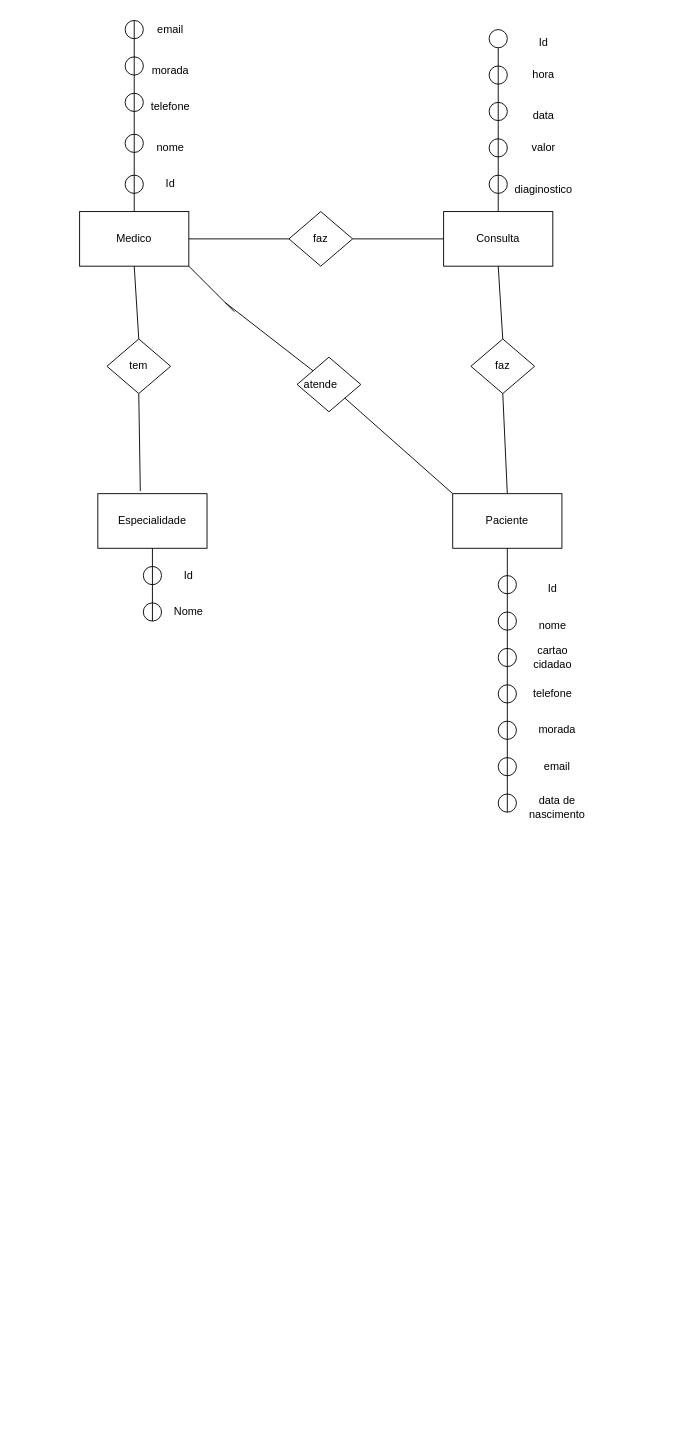
Earlier version of the draw.io diagram BD/Exercicios/Ex01.drawio (MarceloValente1990/Cesae2025). Source tidied: cells renumbered, new cells numbered last; positions are measured from the earlier drawing's top-left corner, leaving out a move shared by most shapes. Both pictures are drawn from the tidied source at 91%, with x=0, y=0 at pixel (79, 15).
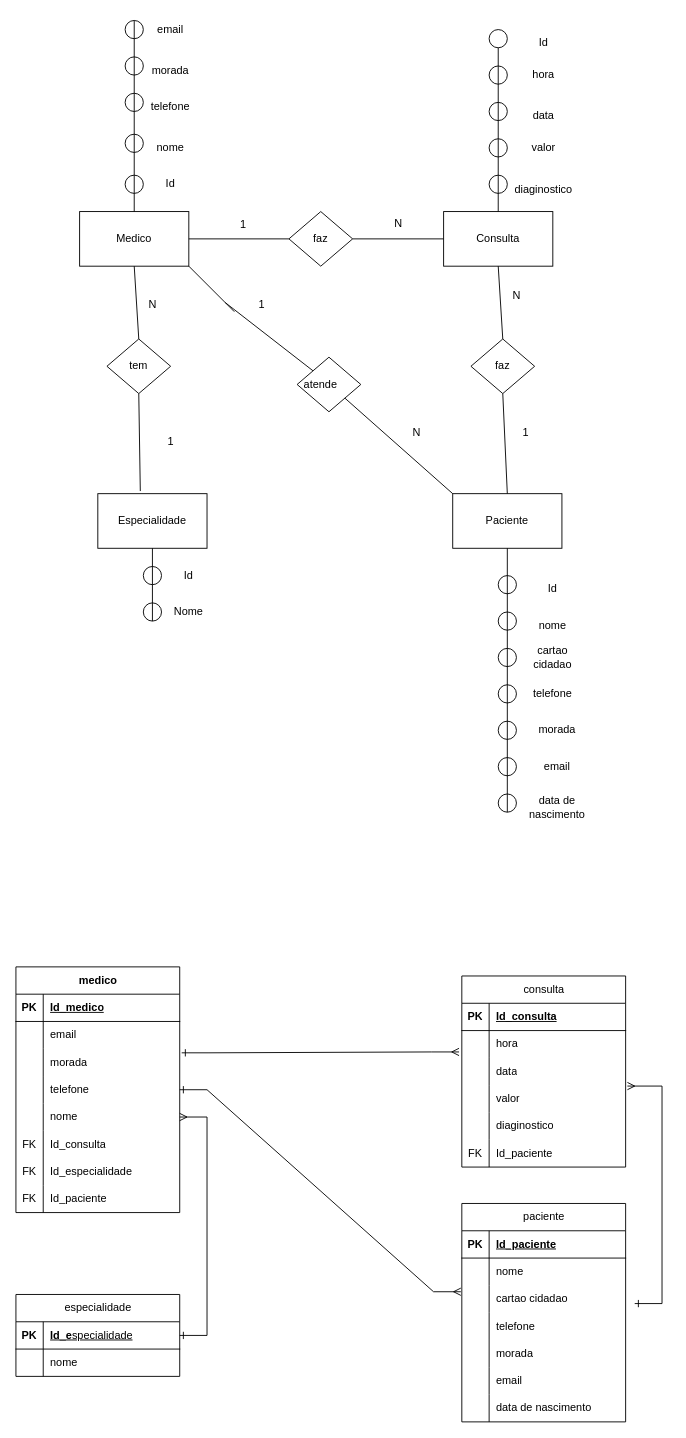
The same page after the edit.

Diff of the diagram source:
```diff
@@
+    <mxCell id="69" value="1" style="text;html=1;align=center;verticalAlign=middle;whiteSpace=wrap;rounded=0;" parent="1" vertex="1">
+      <mxGeometry x="150" y="215" width="60" height="30" as="geometry" />
+    </mxCell>
+    <mxCell id="70" value="N" style="text;html=1;align=center;verticalAlign=middle;strokeColor=none;fillColor=none;" parent="1" vertex="1">
+      <mxGeometry x="335" y="213" width="30" height="30" as="geometry" />
+    </mxCell>
+    <mxCell id="71" value="N" style="text;html=1;align=center;verticalAlign=middle;strokeColor=none;fillColor=none;" parent="1" vertex="1">
+      <mxGeometry x="465" y="293" width="30" height="30" as="geometry" />
+    </mxCell>
+    <mxCell id="72" value="1" style="text;html=1;align=center;verticalAlign=middle;strokeColor=none;fillColor=none;" parent="1" vertex="1">
+      <mxGeometry x="475" y="443" width="30" height="30" as="geometry" />
+    </mxCell>
+    <mxCell id="73" value="N" style="text;html=1;align=center;verticalAlign=middle;strokeColor=none;fillColor=none;" parent="1" vertex="1">
+      <mxGeometry x="355" y="443" width="30" height="30" as="geometry" />
+    </mxCell>
+    <mxCell id="74" value="1" style="text;html=1;align=center;verticalAlign=middle;strokeColor=none;fillColor=none;" parent="1" vertex="1">
+      <mxGeometry x="185" y="303" width="30" height="30" as="geometry" />
+    </mxCell>
+    <mxCell id="75" value="1" style="text;html=1;align=center;verticalAlign=middle;strokeColor=none;fillColor=none;" parent="1" vertex="1">
+      <mxGeometry x="85" y="453" width="30" height="30" as="geometry" />
+    </mxCell>
+    <mxCell id="76" value="N" style="text;html=1;align=center;verticalAlign=middle;strokeColor=none;fillColor=none;" parent="1" vertex="1">
+      <mxGeometry x="65" y="303" width="30" height="30" as="geometry" />
+    </mxCell>
+    <mxCell id="77" value="medico" style="shape=table;startSize=30;childLayout=tableLayout;rowLines=0;fontStyle=1;align=center;html=1;" parent="1" vertex="1">
+      <mxGeometry x="-70" y="1045" width="180" height="270" as="geometry" />
+    </mxCell>
+    <mxCell id="78" style="shape=tableRow;horizontal=0;startSize=0;swimlaneHead=0;swimlaneBody=0;fillColor=none;top=0;left=0;right=0;bottom=1;" parent="77" vertex="1">
+      <mxGeometry y="30" width="180" height="30" as="geometry" />
+    </mxCell>
+    <mxCell id="79" value="PK" style="shape=partialRectangle;fillColor=none;top=0;left=0;bottom=0;right=0;fontStyle=1;overflow=hidden;whiteSpace=wrap;html=1;" parent="78" vertex="1">
+      <mxGeometry width="30" height="30" as="geometry" />
+    </mxCell>
+    <mxCell id="80" value="Id_medico" style="shape=partialRectangle;fillColor=none;top=0;left=0;bottom=0;right=0;align=left;spacingLeft=6;fontStyle=5;overflow=hidden;whiteSpace=wrap;html=1;" parent="78" vertex="1">
+      <mxGeometry x="30" width="150" height="30" as="geometry" />
+    </mxCell>
+    <mxCell id="81" style="shape=tableRow;horizontal=0;startSize=0;swimlaneHead=0;swimlaneBody=0;fillColor=none;points=[[0,0.5],[1,0.5]];portConstraint=eastwest;top=0;left=0;right=0;bottom=0;" parent="77" vertex="1">
+      <mxGeometry y="60" width="180" height="30" as="geometry" />
+    </mxCell>
+    <mxCell id="82" style="shape=partialRectangle;fillColor=none;top=0;left=0;bottom=0;right=0;overflow=hidden;whiteSpace=wrap;html=1;" parent="81" vertex="1">
+      <mxGeometry width="30" height="30" as="geometry" />
+    </mxCell>
+    <mxCell id="83" value="&lt;span style=&quot;text-align: center;&quot;&gt;email&lt;/span&gt;" style="shape=partialRectangle;fillColor=none;top=0;left=0;bottom=0;right=0;align=left;spacingLeft=6;overflow=hidden;whiteSpace=wrap;html=1;" parent="81" vertex="1">
+      <mxGeometry x="30" width="150" height="30" as="geometry" />
+    </mxCell>
+    <mxCell id="84" style="shape=tableRow;horizontal=0;startSize=0;swimlaneHead=0;swimlaneBody=0;fillColor=none;top=0;left=0;right=0;bottom=0;" parent="77" vertex="1">
+      <mxGeometry y="90" width="180" height="30" as="geometry" />
+    </mxCell>
+    <mxCell id="85" style="shape=partialRectangle;fillColor=none;top=0;left=0;bottom=0;right=0;overflow=hidden;whiteSpace=wrap;html=1;" parent="84" vertex="1">
+      <mxGeometry width="30" height="30" as="geometry" />
+    </mxCell>
+    <mxCell id="86" value="&lt;span style=&quot;text-align: center;&quot;&gt;morada&lt;/span&gt;" style="shape=partialRectangle;fillColor=none;top=0;left=0;bottom=0;right=0;align=left;spacingLeft=6;overflow=hidden;whiteSpace=wrap;html=1;" parent="84" vertex="1">
+      <mxGeometry x="30" width="150" height="30" as="geometry" />
+    </mxCell>
+    <mxCell id="87" style="shape=tableRow;horizontal=0;startSize=0;swimlaneHead=0;swimlaneBody=0;fillColor=none;points=[[0,0.5],[1,0.5]];portConstraint=eastwest;top=0;left=0;right=0;bottom=0;" parent="77" vertex="1">
+      <mxGeometry y="120" width="180" height="30" as="geometry" />
+    </mxCell>
+    <mxCell id="88" style="shape=partialRectangle;fillColor=none;top=0;left=0;bottom=0;right=0;overflow=hidden;whiteSpace=wrap;html=1;" parent="87" vertex="1">
+      <mxGeometry width="30" height="30" as="geometry" />
+    </mxCell>
+    <mxCell id="89" value="&lt;span style=&quot;text-align: center;&quot;&gt;telefone&lt;/span&gt;" style="shape=partialRectangle;fillColor=none;top=0;left=0;bottom=0;right=0;align=left;spacingLeft=6;overflow=hidden;whiteSpace=wrap;html=1;" parent="87" vertex="1">
+      <mxGeometry x="30" width="150" height="30" as="geometry" />
+    </mxCell>
+    <mxCell id="90" style="shape=tableRow;horizontal=0;startSize=0;swimlaneHead=0;swimlaneBody=0;fillColor=none;points=[[0,0.5],[1,0.5]];portConstraint=eastwest;top=0;left=0;right=0;bottom=0;" parent="77" vertex="1">
+      <mxGeometry y="150" width="180" height="30" as="geometry" />
+    </mxCell>
+    <mxCell id="91" style="shape=partialRectangle;fillColor=none;top=0;left=0;bottom=0;right=0;overflow=hidden;whiteSpace=wrap;html=1;" parent="90" vertex="1">
+      <mxGeometry width="30" height="30" as="geometry" />
+    </mxCell>
+    <mxCell id="92" value="&lt;span style=&quot;text-align: center;&quot;&gt;nome&lt;/span&gt;" style="shape=partialRectangle;fillColor=none;top=0;left=0;bottom=0;right=0;align=left;spacingLeft=6;overflow=hidden;whiteSpace=wrap;html=1;" parent="90" vertex="1">
+      <mxGeometry x="30" width="150" height="30" as="geometry" />
+    </mxCell>
+    <mxCell id="93" style="shape=tableRow;horizontal=0;startSize=0;swimlaneHead=0;swimlaneBody=0;fillColor=none;top=0;left=0;right=0;bottom=0;" parent="77" vertex="1">
+      <mxGeometry y="180" width="180" height="30" as="geometry" />
+    </mxCell>
+    <mxCell id="94" value="FK" style="shape=partialRectangle;fillColor=none;top=0;left=0;bottom=0;right=0;overflow=hidden;whiteSpace=wrap;html=1;" parent="93" vertex="1">
+      <mxGeometry width="30" height="30" as="geometry" />
+    </mxCell>
+    <mxCell id="95" value="Id_consulta" style="shape=partialRectangle;fillColor=none;top=0;left=0;bottom=0;right=0;align=left;spacingLeft=6;overflow=hidden;whiteSpace=wrap;html=1;" parent="93" vertex="1">
+      <mxGeometry x="30" width="150" height="30" as="geometry" />
+    </mxCell>
+    <mxCell id="96" style="shape=tableRow;horizontal=0;startSize=0;swimlaneHead=0;swimlaneBody=0;fillColor=none;top=0;left=0;right=0;bottom=0;" parent="77" vertex="1">
+      <mxGeometry y="210" width="180" height="30" as="geometry" />
+    </mxCell>
+    <mxCell id="97" value="FK" style="shape=partialRectangle;fillColor=none;top=0;left=0;bottom=0;right=0;overflow=hidden;whiteSpace=wrap;html=1;" parent="96" vertex="1">
+      <mxGeometry width="30" height="30" as="geometry" />
+    </mxCell>
+    <mxCell id="98" value="Id_especialidade" style="shape=partialRectangle;fillColor=none;top=0;left=0;bottom=0;right=0;align=left;spacingLeft=6;overflow=hidden;whiteSpace=wrap;html=1;" parent="96" vertex="1">
+      <mxGeometry x="30" width="150" height="30" as="geometry" />
+    </mxCell>
+    <mxCell id="99" style="shape=tableRow;horizontal=0;startSize=0;swimlaneHead=0;swimlaneBody=0;fillColor=none;top=0;left=0;right=0;bottom=0;" parent="77" vertex="1">
+      <mxGeometry y="240" width="180" height="30" as="geometry" />
+    </mxCell>
+    <mxCell id="100" value="FK" style="shape=partialRectangle;fillColor=none;top=0;left=0;bottom=0;right=0;overflow=hidden;whiteSpace=wrap;html=1;" parent="99" vertex="1">
+      <mxGeometry width="30" height="30" as="geometry" />
+    </mxCell>
+    <mxCell id="101" value="Id_paciente" style="shape=partialRectangle;fillColor=none;top=0;left=0;bottom=0;right=0;align=left;spacingLeft=6;overflow=hidden;whiteSpace=wrap;html=1;" parent="99" vertex="1">
+      <mxGeometry x="30" width="150" height="30" as="geometry" />
+    </mxCell>
+    <mxCell id="102" value="&lt;span style=&quot;font-weight: 400; text-wrap-mode: wrap;&quot;&gt;consulta&lt;/span&gt;" style="shape=table;startSize=30;childLayout=tableLayout;rowLines=0;fontStyle=1;align=center;html=1;" parent="1" vertex="1">
+      <mxGeometry x="420" y="1055" width="180" height="210" as="geometry" />
+    </mxCell>
+    <mxCell id="103" style="shape=tableRow;horizontal=0;startSize=0;swimlaneHead=0;swimlaneBody=0;fillColor=none;top=0;left=0;right=0;bottom=1;" parent="102" vertex="1">
+      <mxGeometry y="30" width="180" height="30" as="geometry" />
+    </mxCell>
+    <mxCell id="104" value="PK" style="shape=partialRectangle;fillColor=none;top=0;left=0;bottom=0;right=0;fontStyle=1;overflow=hidden;whiteSpace=wrap;html=1;" parent="103" vertex="1">
+      <mxGeometry width="30" height="30" as="geometry" />
+    </mxCell>
+    <mxCell id="105" value="Id_consulta" style="shape=partialRectangle;fillColor=none;top=0;left=0;bottom=0;right=0;align=left;spacingLeft=6;fontStyle=5;overflow=hidden;whiteSpace=wrap;html=1;" parent="103" vertex="1">
+      <mxGeometry x="30" width="150" height="30" as="geometry" />
+    </mxCell>
+    <mxCell id="106" style="shape=tableRow;horizontal=0;startSize=0;swimlaneHead=0;swimlaneBody=0;fillColor=none;points=[[0,0.5],[1,0.5]];portConstraint=eastwest;top=0;left=0;right=0;bottom=0;" parent="102" vertex="1">
+      <mxGeometry y="60" width="180" height="30" as="geometry" />
+    </mxCell>
+    <mxCell id="107" style="shape=partialRectangle;fillColor=none;top=0;left=0;bottom=0;right=0;overflow=hidden;whiteSpace=wrap;html=1;" parent="106" vertex="1">
+      <mxGeometry width="30" height="30" as="geometry" />
+    </mxCell>
+    <mxCell id="108" value="&lt;span style=&quot;text-align: center;&quot;&gt;hora&lt;/span&gt;" style="shape=partialRectangle;fillColor=none;top=0;left=0;bottom=0;right=0;align=left;spacingLeft=6;overflow=hidden;whiteSpace=wrap;html=1;" parent="106" vertex="1">
+      <mxGeometry x="30" width="150" height="30" as="geometry" />
+    </mxCell>
+    <mxCell id="109" style="shape=tableRow;horizontal=0;startSize=0;swimlaneHead=0;swimlaneBody=0;fillColor=none;top=0;left=0;right=0;bottom=0;" parent="102" vertex="1">
+      <mxGeometry y="90" width="180" height="30" as="geometry" />
+    </mxCell>
+    <mxCell id="110" style="shape=partialRectangle;fillColor=none;top=0;left=0;bottom=0;right=0;overflow=hidden;whiteSpace=wrap;html=1;" parent="109" vertex="1">
+      <mxGeometry width="30" height="30" as="geometry" />
+    </mxCell>
+    <mxCell id="111" value="&lt;span style=&quot;text-align: center;&quot;&gt;data&lt;/span&gt;" style="shape=partialRectangle;fillColor=none;top=0;left=0;bottom=0;right=0;align=left;spacingLeft=6;overflow=hidden;whiteSpace=wrap;html=1;" parent="109" vertex="1">
+      <mxGeometry x="30" width="150" height="30" as="geometry" />
+    </mxCell>
+    <mxCell id="112" style="shape=tableRow;horizontal=0;startSize=0;swimlaneHead=0;swimlaneBody=0;fillColor=none;points=[[0,0.5],[1,0.5]];portConstraint=eastwest;top=0;left=0;right=0;bottom=0;" parent="102" vertex="1">
+      <mxGeometry y="120" width="180" height="30" as="geometry" />
+    </mxCell>
+    <mxCell id="113" style="shape=partialRectangle;fillColor=none;top=0;left=0;bottom=0;right=0;overflow=hidden;whiteSpace=wrap;html=1;" parent="112" vertex="1">
+      <mxGeometry width="30" height="30" as="geometry" />
+    </mxCell>
+    <mxCell id="114" value="&lt;span style=&quot;text-align: center;&quot;&gt;valor&lt;/span&gt;" style="shape=partialRectangle;fillColor=none;top=0;left=0;bottom=0;right=0;align=left;spacingLeft=6;overflow=hidden;whiteSpace=wrap;html=1;" parent="112" vertex="1">
+      <mxGeometry x="30" width="150" height="30" as="geometry" />
+    </mxCell>
+    <mxCell id="115" style="shape=tableRow;horizontal=0;startSize=0;swimlaneHead=0;swimlaneBody=0;fillColor=none;top=0;left=0;right=0;bottom=0;" parent="102" vertex="1">
+      <mxGeometry y="150" width="180" height="30" as="geometry" />
+    </mxCell>
+    <mxCell id="116" style="shape=partialRectangle;fillColor=none;top=0;left=0;bottom=0;right=0;overflow=hidden;whiteSpace=wrap;html=1;" parent="115" vertex="1">
+      <mxGeometry width="30" height="30" as="geometry" />
+    </mxCell>
+    <mxCell id="117" value="&lt;span style=&quot;text-align: center;&quot;&gt;diaginostico&lt;/span&gt;" style="shape=partialRectangle;fillColor=none;top=0;left=0;bottom=0;right=0;align=left;spacingLeft=6;overflow=hidden;whiteSpace=wrap;html=1;" parent="115" vertex="1">
+      <mxGeometry x="30" width="150" height="30" as="geometry" />
+    </mxCell>
+    <mxCell id="118" style="shape=tableRow;horizontal=0;startSize=0;swimlaneHead=0;swimlaneBody=0;fillColor=none;top=0;left=0;right=0;bottom=0;" parent="102" vertex="1">
+      <mxGeometry y="180" width="180" height="30" as="geometry" />
+    </mxCell>
+    <mxCell id="119" value="FK" style="shape=partialRectangle;fillColor=none;top=0;left=0;bottom=0;right=0;overflow=hidden;whiteSpace=wrap;html=1;" parent="118" vertex="1">
+      <mxGeometry width="30" height="30" as="geometry" />
+    </mxCell>
+    <mxCell id="120" value="Id_paciente" style="shape=partialRectangle;fillColor=none;top=0;left=0;bottom=0;right=0;align=left;spacingLeft=6;overflow=hidden;whiteSpace=wrap;html=1;" parent="118" vertex="1">
+      <mxGeometry x="30" width="150" height="30" as="geometry" />
+    </mxCell>
+    <mxCell id="121" value="&lt;span style=&quot;font-weight: 400; text-wrap-mode: wrap;&quot;&gt;especialidade&lt;/span&gt;" style="shape=table;startSize=30;childLayout=tableLayout;rowLines=0;fontStyle=1;align=center;html=1;" parent="1" vertex="1">
+      <mxGeometry x="-70" y="1405" width="180" height="90" as="geometry" />
+    </mxCell>
+    <mxCell id="122" style="shape=tableRow;horizontal=0;startSize=0;swimlaneHead=0;swimlaneBody=0;fillColor=none;points=[[0,0.5],[1,0.5]];portConstraint=eastwest;top=0;left=0;right=0;bottom=1;" parent="121" vertex="1">
+      <mxGeometry y="30" width="180" height="30" as="geometry" />
+    </mxCell>
+    <mxCell id="123" value="PK" style="shape=partialRectangle;fillColor=none;top=0;left=0;bottom=0;right=0;fontStyle=1;overflow=hidden;whiteSpace=wrap;html=1;" parent="122" vertex="1">
+      <mxGeometry width="30" height="30" as="geometry" />
+    </mxCell>
+    <mxCell id="124" value="Id_e&lt;span style=&quot;font-weight: 400; text-align: center;&quot;&gt;specialidade&lt;/span&gt;" style="shape=partialRectangle;fillColor=none;top=0;left=0;bottom=0;right=0;align=left;spacingLeft=6;fontStyle=5;overflow=hidden;whiteSpace=wrap;html=1;" parent="122" vertex="1">
+      <mxGeometry x="30" width="150" height="30" as="geometry" />
+    </mxCell>
+    <mxCell id="125" style="shape=tableRow;horizontal=0;startSize=0;swimlaneHead=0;swimlaneBody=0;fillColor=none;top=0;left=0;right=0;bottom=0;" parent="121" vertex="1">
+      <mxGeometry y="60" width="180" height="30" as="geometry" />
+    </mxCell>
+    <mxCell id="126" style="shape=partialRectangle;fillColor=none;top=0;left=0;bottom=0;right=0;overflow=hidden;whiteSpace=wrap;html=1;" parent="125" vertex="1">
+      <mxGeometry width="30" height="30" as="geometry" />
+    </mxCell>
+    <mxCell id="127" value="nome" style="shape=partialRectangle;fillColor=none;top=0;left=0;bottom=0;right=0;align=left;spacingLeft=6;overflow=hidden;whiteSpace=wrap;html=1;" parent="125" vertex="1">
+      <mxGeometry x="30" width="150" height="30" as="geometry" />
+    </mxCell>
+    <mxCell id="128" value="&lt;span style=&quot;font-weight: 400; text-wrap-mode: wrap;&quot;&gt;paciente&lt;/span&gt;" style="shape=table;startSize=30;childLayout=tableLayout;rowLines=0;fontStyle=1;align=center;html=1;" parent="1" vertex="1">
+      <mxGeometry x="420" y="1305" width="180" height="240" as="geometry" />
+    </mxCell>
+    <mxCell id="129" style="shape=tableRow;horizontal=0;startSize=0;swimlaneHead=0;swimlaneBody=0;fillColor=none;top=0;left=0;right=0;bottom=1;" parent="128" vertex="1">
+      <mxGeometry y="30" width="180" height="30" as="geometry" />
+    </mxCell>
+    <mxCell id="130" value="PK" style="shape=partialRectangle;fillColor=none;top=0;left=0;bottom=0;right=0;fontStyle=1;overflow=hidden;whiteSpace=wrap;html=1;" parent="129" vertex="1">
+      <mxGeometry width="30" height="30" as="geometry" />
+    </mxCell>
+    <mxCell id="131" value="Id_paciente" style="shape=partialRectangle;fillColor=none;top=0;left=0;bottom=0;right=0;align=left;spacingLeft=6;fontStyle=5;overflow=hidden;whiteSpace=wrap;html=1;" parent="129" vertex="1">
+      <mxGeometry x="30" width="150" height="30" as="geometry" />
+    </mxCell>
+    <mxCell id="132" style="shape=tableRow;horizontal=0;startSize=0;swimlaneHead=0;swimlaneBody=0;fillColor=none;top=0;left=0;right=0;bottom=0;" parent="128" vertex="1">
+      <mxGeometry y="60" width="180" height="30" as="geometry" />
+    </mxCell>
+    <mxCell id="133" style="shape=partialRectangle;fillColor=none;top=0;left=0;bottom=0;right=0;overflow=hidden;whiteSpace=wrap;html=1;" parent="132" vertex="1">
+      <mxGeometry width="30" height="30" as="geometry" />
+    </mxCell>
+    <mxCell id="134" value="&lt;span style=&quot;text-align: center;&quot;&gt;nome&lt;/span&gt;" style="shape=partialRectangle;fillColor=none;top=0;left=0;bottom=0;right=0;align=left;spacingLeft=6;overflow=hidden;whiteSpace=wrap;html=1;" parent="132" vertex="1">
+      <mxGeometry x="30" width="150" height="30" as="geometry" />
+    </mxCell>
+    <mxCell id="135" style="shape=tableRow;horizontal=0;startSize=0;swimlaneHead=0;swimlaneBody=0;fillColor=none;points=[[0,0.5],[1,0.5]];portConstraint=eastwest;top=0;left=0;right=0;bottom=0;" parent="128" vertex="1">
+      <mxGeometry y="90" width="180" height="30" as="geometry" />
+    </mxCell>
+    <mxCell id="136" style="shape=partialRectangle;fillColor=none;top=0;left=0;bottom=0;right=0;overflow=hidden;whiteSpace=wrap;html=1;" parent="135" vertex="1">
+      <mxGeometry width="30" height="30" as="geometry" />
+    </mxCell>
+    <mxCell id="137" value="&lt;span style=&quot;text-align: center;&quot;&gt;cartao cidadao&lt;/span&gt;" style="shape=partialRectangle;fillColor=none;top=0;left=0;bottom=0;right=0;align=left;spacingLeft=6;overflow=hidden;whiteSpace=wrap;html=1;" parent="135" vertex="1">
+      <mxGeometry x="30" width="150" height="30" as="geometry" />
+    </mxCell>
+    <mxCell id="138" style="shape=tableRow;horizontal=0;startSize=0;swimlaneHead=0;swimlaneBody=0;fillColor=none;top=0;left=0;right=0;bottom=0;" parent="128" vertex="1">
+      <mxGeometry y="120" width="180" height="30" as="geometry" />
+    </mxCell>
+    <mxCell id="139" style="shape=partialRectangle;fillColor=none;top=0;left=0;bottom=0;right=0;overflow=hidden;whiteSpace=wrap;html=1;" parent="138" vertex="1">
+      <mxGeometry width="30" height="30" as="geometry" />
+    </mxCell>
+    <mxCell id="140" value="&lt;span style=&quot;text-align: center;&quot;&gt;telefone&lt;/span&gt;" style="shape=partialRectangle;fillColor=none;top=0;left=0;bottom=0;right=0;align=left;spacingLeft=6;overflow=hidden;whiteSpace=wrap;html=1;" parent="138" vertex="1">
+      <mxGeometry x="30" width="150" height="30" as="geometry" />
+    </mxCell>
+    <mxCell id="141" style="shape=tableRow;horizontal=0;startSize=0;swimlaneHead=0;swimlaneBody=0;fillColor=none;top=0;left=0;right=0;bottom=0;" parent="128" vertex="1">
+      <mxGeometry y="150" width="180" height="30" as="geometry" />
+    </mxCell>
+    <mxCell id="142" style="shape=partialRectangle;fillColor=none;top=0;left=0;bottom=0;right=0;overflow=hidden;whiteSpace=wrap;html=1;" parent="141" vertex="1">
+      <mxGeometry width="30" height="30" as="geometry" />
+    </mxCell>
+    <mxCell id="143" value="&lt;span style=&quot;text-align: center;&quot;&gt;morada&lt;/span&gt;" style="shape=partialRectangle;fillColor=none;top=0;left=0;bottom=0;right=0;align=left;spacingLeft=6;overflow=hidden;whiteSpace=wrap;html=1;" parent="141" vertex="1">
+      <mxGeometry x="30" width="150" height="30" as="geometry" />
+    </mxCell>
+    <mxCell id="144" style="shape=tableRow;horizontal=0;startSize=0;swimlaneHead=0;swimlaneBody=0;fillColor=none;top=0;left=0;right=0;bottom=0;" parent="128" vertex="1">
+      <mxGeometry y="180" width="180" height="30" as="geometry" />
+    </mxCell>
+    <mxCell id="145" style="shape=partialRectangle;fillColor=none;top=0;left=0;bottom=0;right=0;overflow=hidden;whiteSpace=wrap;html=1;" parent="144" vertex="1">
+      <mxGeometry width="30" height="30" as="geometry" />
+    </mxCell>
+    <mxCell id="146" value="&lt;span style=&quot;text-align: center;&quot;&gt;email&lt;/span&gt;" style="shape=partialRectangle;fillColor=none;top=0;left=0;bottom=0;right=0;align=left;spacingLeft=6;overflow=hidden;whiteSpace=wrap;html=1;" parent="144" vertex="1">
+      <mxGeometry x="30" width="150" height="30" as="geometry" />
+    </mxCell>
+    <mxCell id="147" style="shape=tableRow;horizontal=0;startSize=0;swimlaneHead=0;swimlaneBody=0;fillColor=none;top=0;left=0;right=0;bottom=0;" parent="128" vertex="1">
+      <mxGeometry y="210" width="180" height="30" as="geometry" />
+    </mxCell>
+    <mxCell id="148" style="shape=partialRectangle;fillColor=none;top=0;left=0;bottom=0;right=0;overflow=hidden;whiteSpace=wrap;html=1;" parent="147" vertex="1">
+      <mxGeometry width="30" height="30" as="geometry" />
+    </mxCell>
+    <mxCell id="149" value="&lt;span style=&quot;text-align: center;&quot;&gt;data de nascimento&lt;/span&gt;" style="shape=partialRectangle;fillColor=none;top=0;left=0;bottom=0;right=0;align=left;spacingLeft=6;overflow=hidden;whiteSpace=wrap;html=1;" parent="147" vertex="1">
+      <mxGeometry x="30" width="150" height="30" as="geometry" />
+    </mxCell>
+    <mxCell id="150" style="edgeStyle=entityRelationEdgeStyle;fontSize=12;html=1;endArrow=ERmany;rounded=0;entryX=-0.017;entryY=0.783;entryDx=0;entryDy=0;entryPerimeter=0;exitX=1.012;exitY=1.148;exitDx=0;exitDy=0;exitPerimeter=0;startArrow=ERone;startFill=0;endFill=0;" parent="1" edge="1" source="81" target="106">
+      <mxGeometry relative="1" as="geometry" />
+    </mxCell>
+    <mxCell id="151" style="edgeStyle=entityRelationEdgeStyle;fontSize=12;html=1;endArrow=ERmany;rounded=0;entryX=-0.006;entryY=0.233;entryDx=0;entryDy=0;entryPerimeter=0;exitX=1;exitY=0.5;exitDx=0;exitDy=0;startArrow=ERone;startFill=0;endFill=0;" parent="1" edge="1" source="87" target="135">
+      <mxGeometry relative="1" as="geometry" />
+    </mxCell>
+    <mxCell id="152" style="edgeStyle=entityRelationEdgeStyle;fontSize=12;html=1;endArrow=ERmany;rounded=0;entryX=1.011;entryY=0.033;entryDx=0;entryDy=0;entryPerimeter=0;startArrow=ERone;startFill=0;endFill=0;" parent="1" edge="1" target="112">
+      <mxGeometry relative="1" as="geometry">
+        <mxPoint x="610" y="1415" as="sourcePoint" />
+      </mxGeometry>
+    </mxCell>
+    <mxCell id="153" style="edgeStyle=entityRelationEdgeStyle;fontSize=12;html=1;endArrow=ERmany;rounded=0;exitX=1;exitY=0.5;exitDx=0;exitDy=0;startArrow=ERone;startFill=0;endFill=0;" parent="1" edge="1" source="122" target="90">
+      <mxGeometry relative="1" as="geometry" />
+    </mxCell>
```
